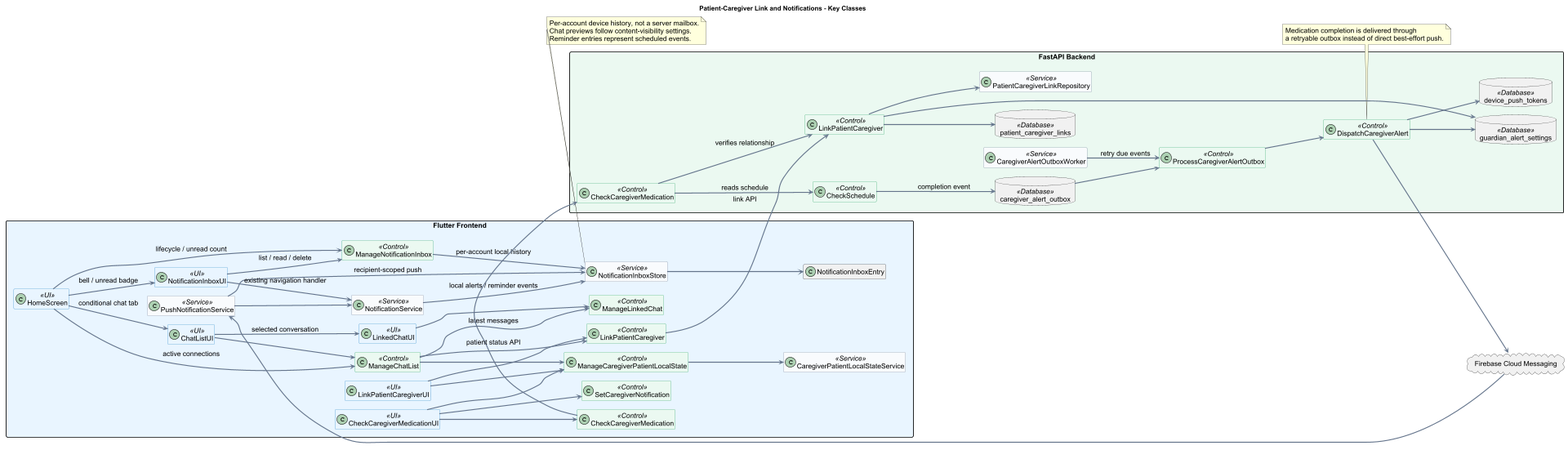
1window2/MedBuddy keeps this PlantUML diagram as docs/UML/class/04_CaregiverNotifications.png. Above is the earlier version.
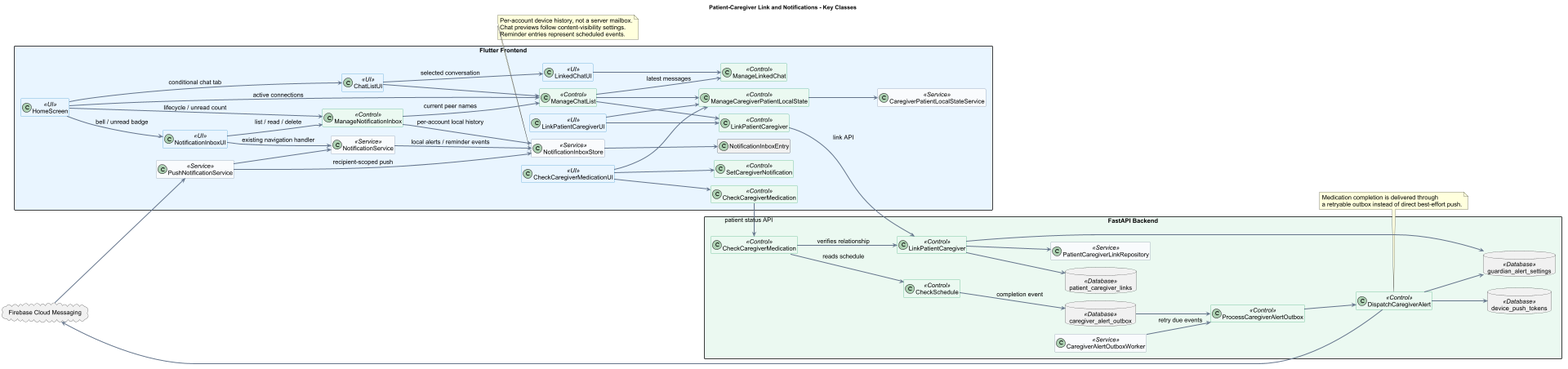
Later version of the same file.

Diff of the diagram source:
```diff
@@ -71,6 +71,7 @@
 HomeScreen --> ManageNotificationInbox : lifecycle / unread count
 NotificationInboxUI --> ManageNotificationInbox : list / read / delete
 ManageNotificationInbox --> NotificationInboxStore : per-account local history
+ManageNotificationInbox --> ManageChatList : current peer names
 NotificationInboxStore --> NotificationInboxEntry
 NotificationService --> NotificationInboxStore : local alerts / reminder events
 PushNotificationService --> NotificationInboxStore : recipient-scoped push
```
